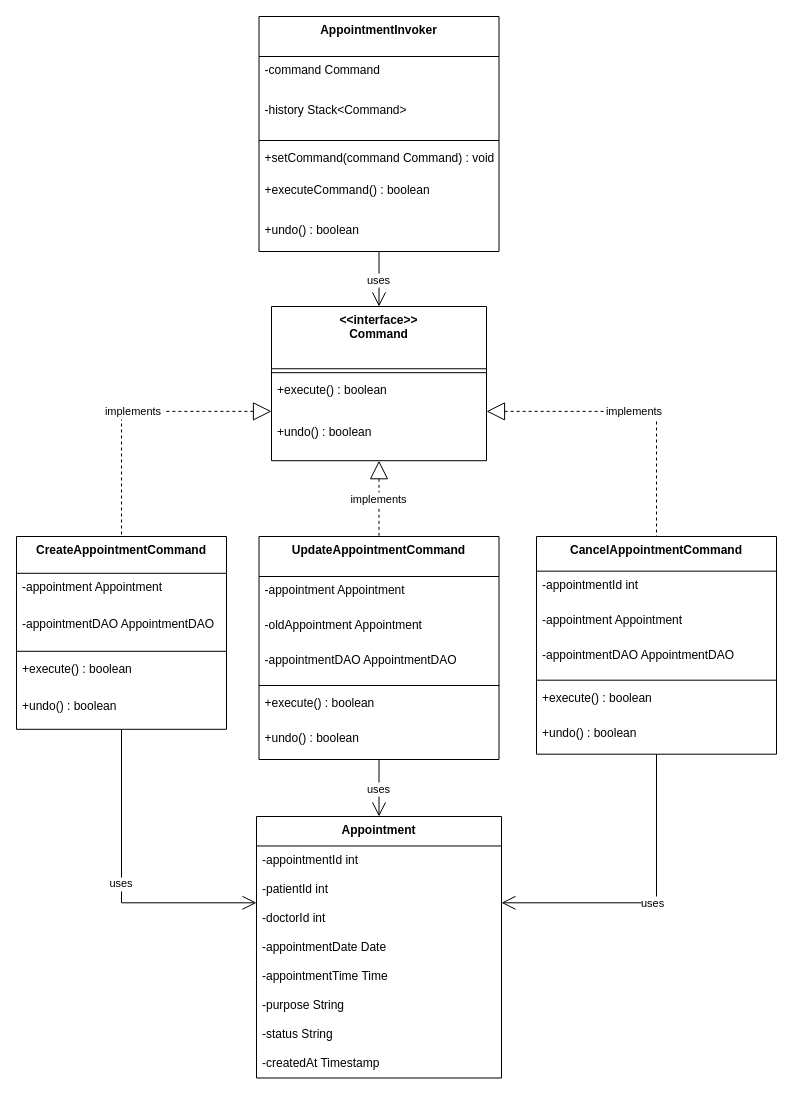
TAAgnes3110/DesignPatterns keeps this draw.io diagram as uml/Command.drawio. Above is the earlier version. Source tidied: cells renumbered, new cells numbered last; positions are measured from the earlier drawing's top-left corner, leaving out a move shared by most shapes. Both pictures are drawn from the tidied source at 100%, with x=0, y=0 at pixel (16, 16).
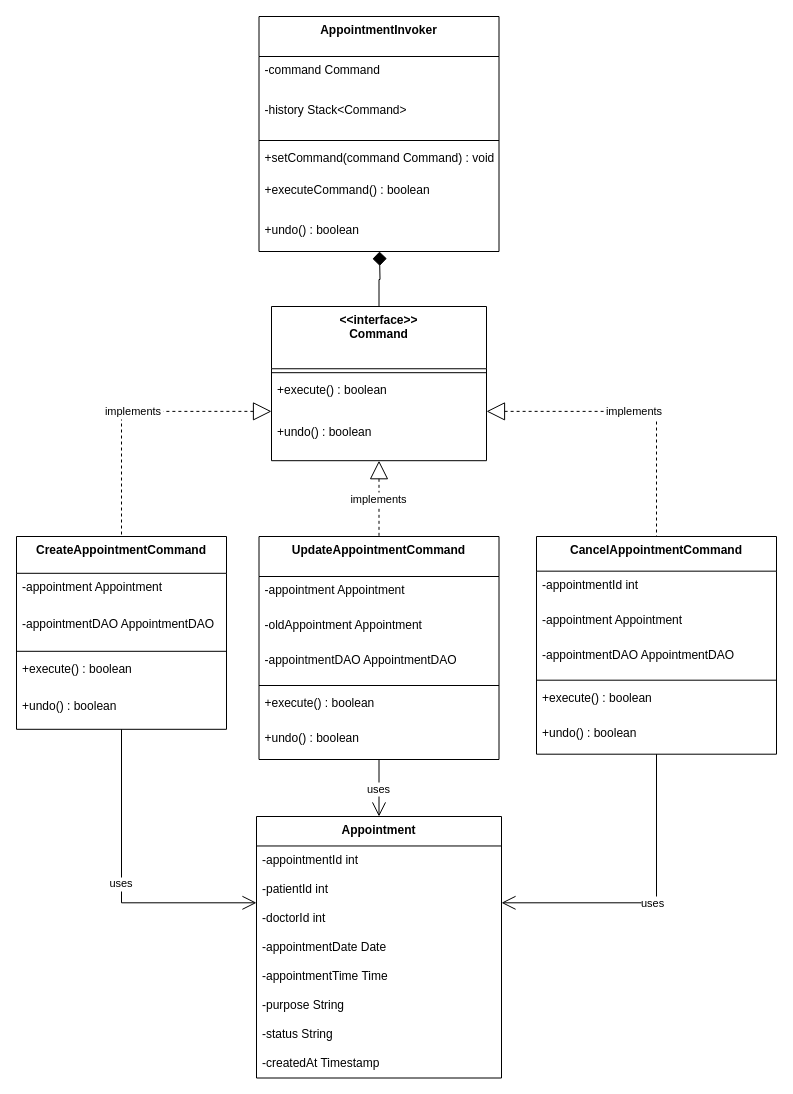
The same diagram, later.

Unchanged cells that the change refers to:
```xml
<mxCell id="11" value="&lt;&lt;interface&gt;&gt;&#10;Command" style="swimlane;fontStyle=1;align=center;verticalAlign=top;horizontal=1;startSize=62.25;" parent="1" vertex="1">
  <mxGeometry x="255" y="290" width="215" height="154.2" as="geometry" />
</mxCell>
<mxCell id="35" value="AppointmentInvoker" style="swimlane;fontStyle=1;align=center;verticalAlign=top;horizontal=1;startSize=40;" parent="1" vertex="1">
  <mxGeometry x="242.5" width="240" height="235" as="geometry" />
</mxCell>
```

Change to the diagram source:
```diff
@@
-    <mxCell id="45" value="uses" style="startArrow=none;endArrow=open;endSize=12;exitX=0.5;exitY=1;entryX=0.5;entryY=0;rounded=0;" parent="1" edge="1" source="35" target="11">
-      <mxGeometry relative="1" as="geometry" />
-    </mxCell>
+    <mxCell id="49" style="startArrow=diamond;startSize=12;startFill=1;endArrow=none;entryX=0.5;entryY=0;rounded=0;entryDx=0;entryDy=0;edgeStyle=orthogonalEdgeStyle;" parent="1" edge="1" target="11">
+      <mxGeometry relative="1" as="geometry">
+        <mxPoint x="363" y="235" as="sourcePoint" />
+      </mxGeometry>
+    </mxCell>
```
